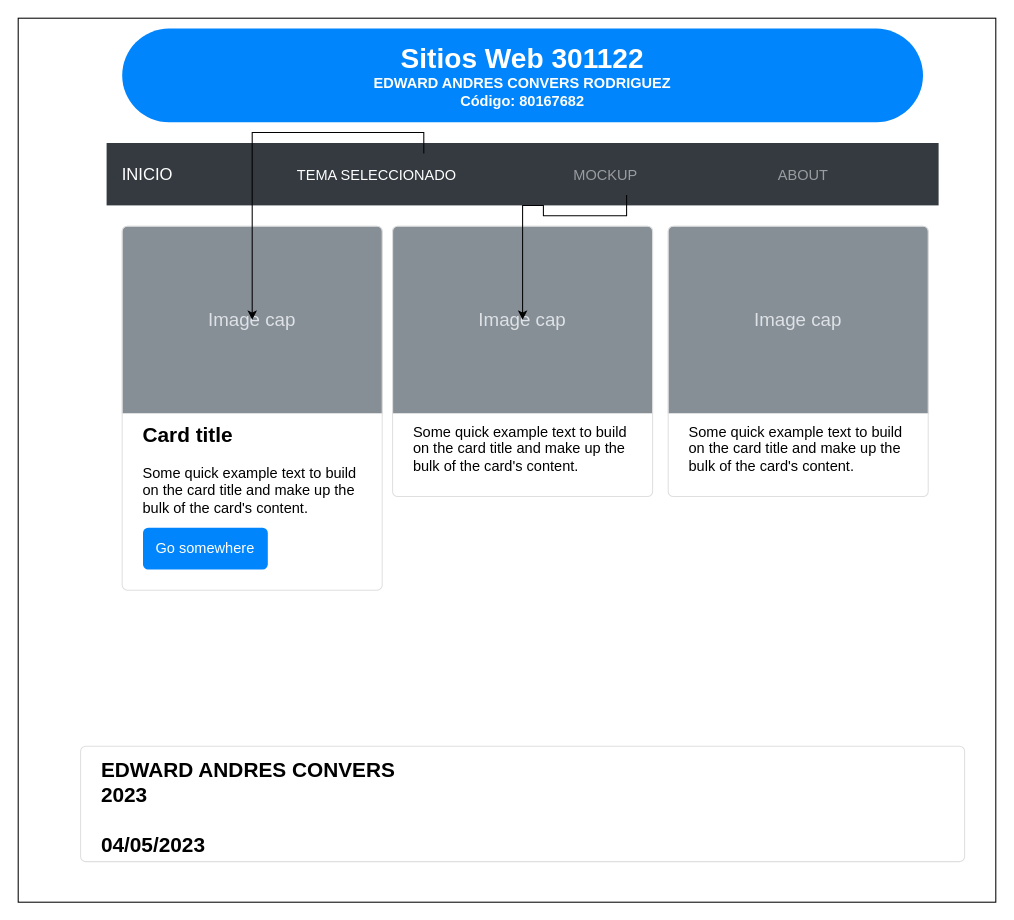
Above: Diagrama sin título.drawio in edwardandres796/DSW-EdwardConvers-1392 (draw.io), before the change. Source tidied: cells renumbered, new cells numbered last; positions are measured from the earlier drawing's top-left corner, leaving out a move shared by most shapes. Both pictures are drawn from the tidied source at 104%, with x=0, y=0 at pixel (18, 18).
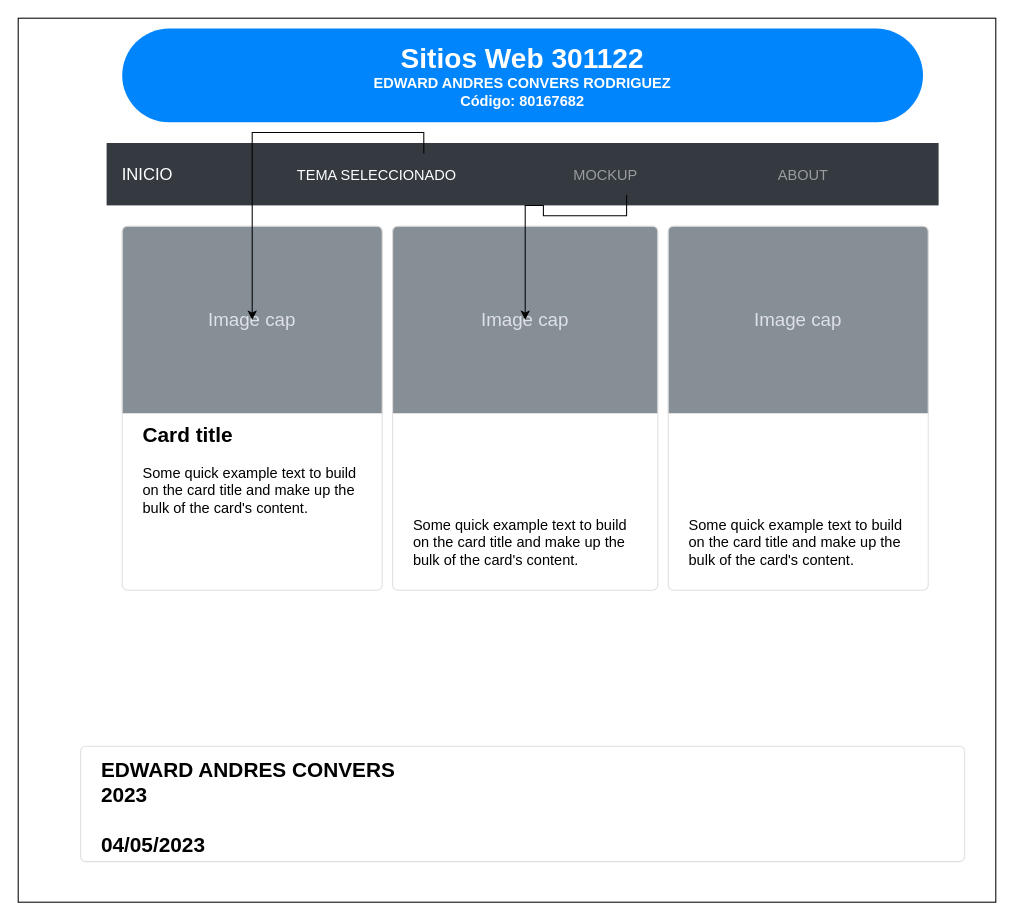
Above is the later version.

Unchanged cells that the change refers to:
```xml
<mxCell id="8" value="&lt;b&gt;&lt;font style=&quot;font-size: 20px&quot;&gt;Card title&lt;/font&gt;&lt;/b&gt;&lt;br style=&quot;font-size: 14px&quot;&gt;&lt;br style=&quot;font-size: 14px&quot;&gt;Some quick example text to build on the card title and make up the bulk of the card's content." style="html=1;shadow=0;dashed=0;shape=mxgraph.bootstrap.rrect;rSize=5;strokeColor=#DFDFDF;html=1;whiteSpace=wrap;fillColor=#ffffff;fontColor=#000000;verticalAlign=bottom;align=left;spacing=20;spacingBottom=50;fontSize=14;" parent="1" vertex="1">
  <mxGeometry x="100" y="200" width="250" height="350" as="geometry" />
</mxCell>
```

What changed in the source:
```diff
@@
-    <mxCell id="10" value="Go somewhere" style="html=1;shadow=0;dashed=0;shape=mxgraph.bootstrap.rrect;rSize=5;perimeter=none;whiteSpace=wrap;fillColor=#0085FC;strokeColor=none;fontColor=#ffffff;fontSize=14;" parent="8" vertex="1">
-      <mxGeometry y="1" width="120" height="40" relative="1" as="geometry">
-        <mxPoint x="20" y="-60" as="offset" />
-      </mxGeometry>
-    </mxCell>
     <mxCell id="11" value="Some quick example text to build on the card title and make up the bulk of the card's content." style="html=1;shadow=0;dashed=0;shape=mxgraph.bootstrap.rrect;rSize=5;strokeColor=#DFDFDF;html=1;whiteSpace=wrap;fillColor=#ffffff;fontColor=#000000;verticalAlign=bottom;align=left;spacing=20;fontSize=14;" parent="1" vertex="1">
-      <mxGeometry x="360" y="200" width="250" height="260" as="geometry" />
+      <mxGeometry x="360" y="200" width="255" height="350" as="geometry" />
     </mxCell>
     <mxCell id="12" value="Image cap" style="html=1;shadow=0;dashed=0;shape=mxgraph.bootstrap.topButton;rSize=5;perimeter=none;whiteSpace=wrap;fillColor=#868E96;strokeColor=#DFDFDF;fontColor=#DEE2E6;fontSize=18;" parent="11" vertex="1">
-      <mxGeometry width="250" height="180" relative="1" as="geometry" />
+      <mxGeometry width="255" height="180" relative="1" as="geometry" />
     </mxCell>
     <mxCell id="13" value="Some quick example text to build on the card title and make up the bulk of the card's content." style="html=1;shadow=0;dashed=0;shape=mxgraph.bootstrap.rrect;rSize=5;strokeColor=#DFDFDF;html=1;whiteSpace=wrap;fillColor=#ffffff;fontColor=#000000;verticalAlign=bottom;align=left;spacing=20;fontSize=14;" parent="1" vertex="1">
-      <mxGeometry x="625" y="200" width="250" height="260" as="geometry" />
+      <mxGeometry x="625" y="200" width="250" height="350" as="geometry" />
     </mxCell>
```
